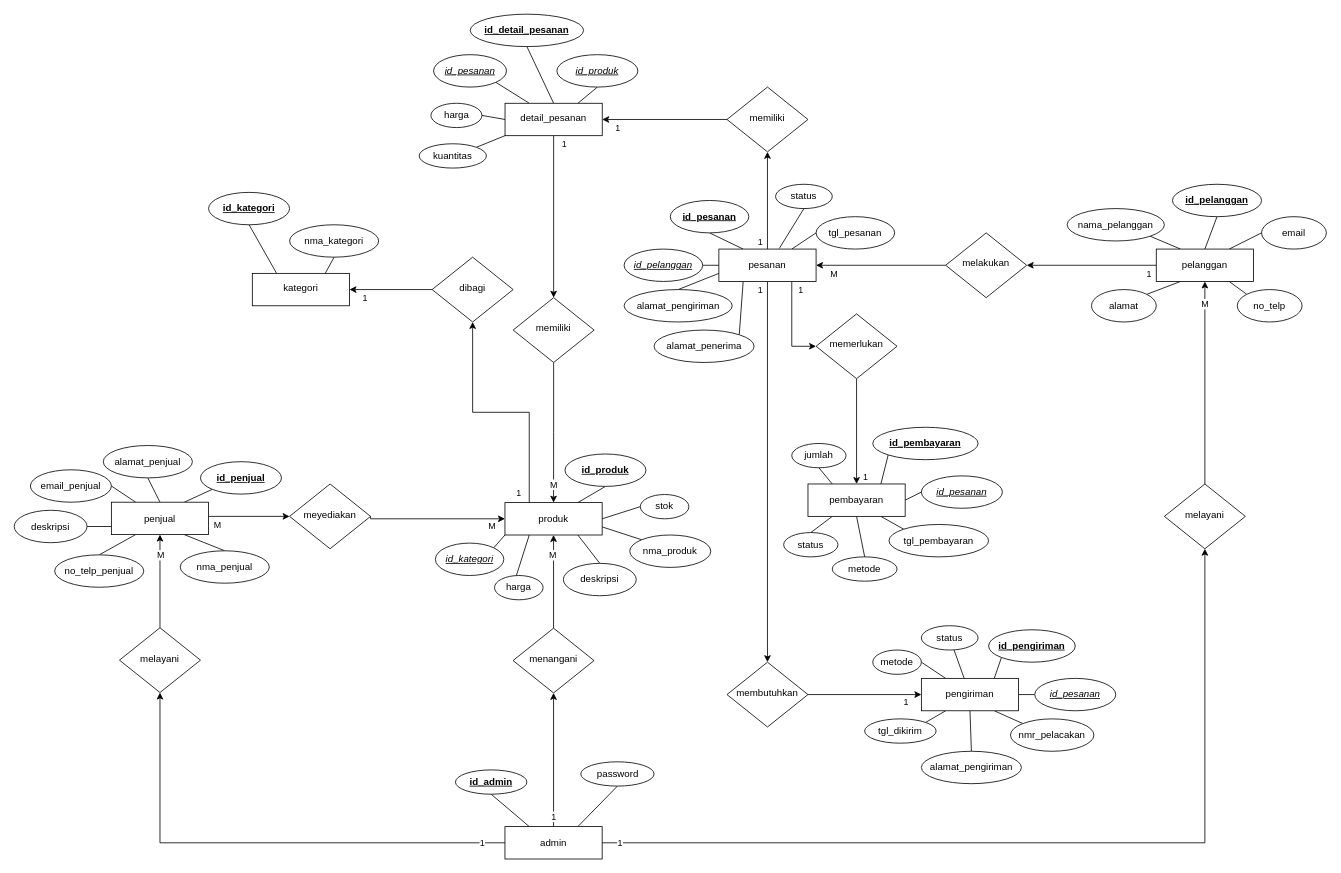
This is e-commerce_erd.drawio from vinnnna/sistem-basis-data, a draw.io file, before an edit. Source tidied: cells renumbered, new cells numbered last; positions are measured from the earlier drawing's top-left corner, leaving out a move shared by most shapes. Both pictures are drawn from the tidied source at 81%, with x=0, y=0 at pixel (14, 14).
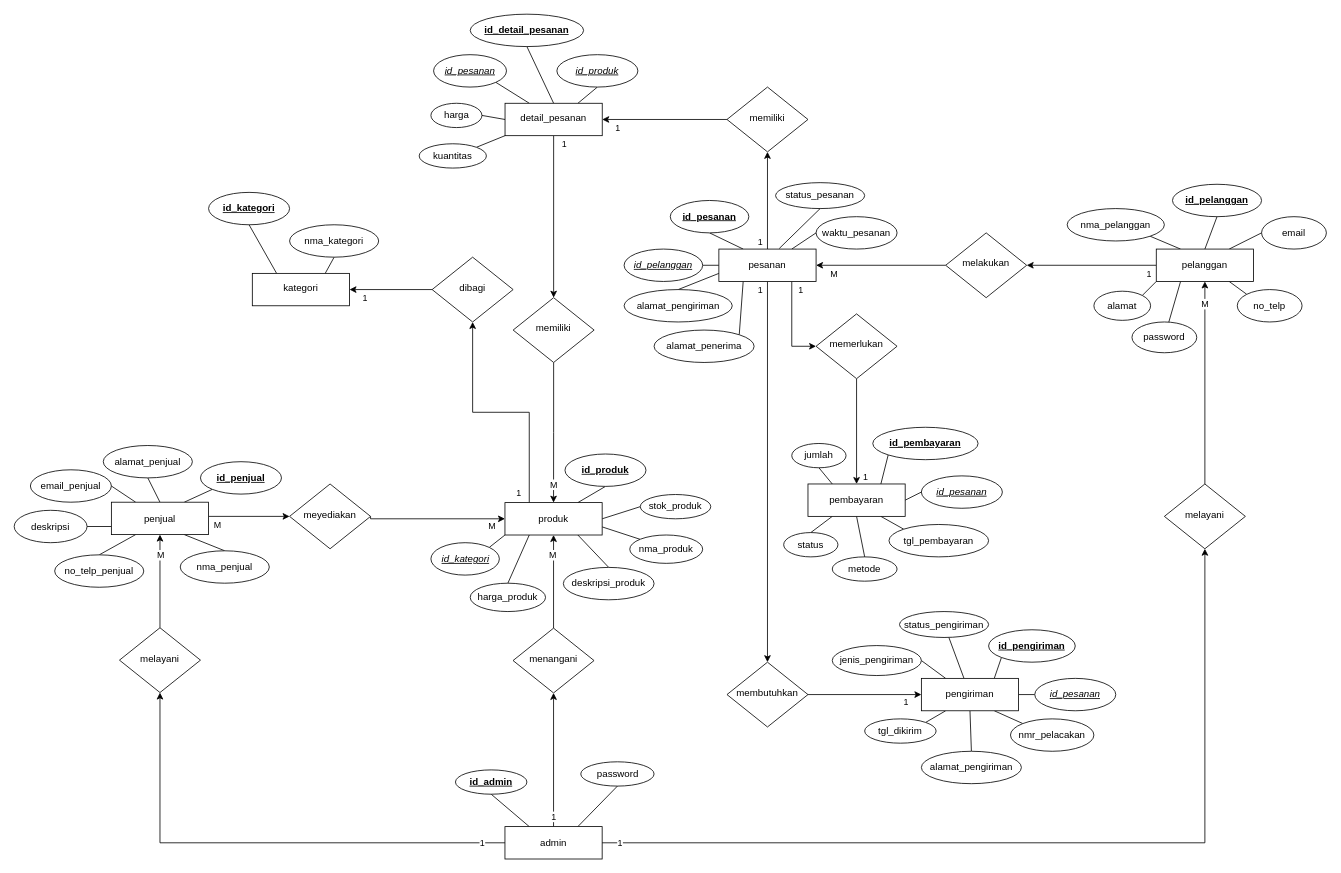
The same diagram, later.

The change refers to these unchanged cells:
```xml
<mxCell id="19" value="produk" style="rounded=1;whiteSpace=wrap;html=1;fontSize=12;glass=0;strokeWidth=1;shadow=0;arcSize=0;" parent="1" vertex="1">
  <mxGeometry x="605.9" y="603" width="120" height="40" as="geometry" />
</mxCell>
<mxCell id="60" value="pelanggan" style="rounded=1;whiteSpace=wrap;html=1;fontSize=12;glass=0;strokeWidth=1;shadow=0;arcSize=0;" parent="1" vertex="1">
  <mxGeometry x="1410" y="290" width="120" height="40" as="geometry" />
</mxCell>
```

Diff of the diagram source:
```diff
@@
-    <mxCell id="16" style="rounded=0;jettySize=auto;html=1;exitX=0.25;exitY=1;exitDx=0;exitDy=0;endArrow=none;endFill=0;" parent="1" edge="1" source="19">
-      <mxGeometry relative="1" as="geometry">
-        <mxPoint x="620" y="693" as="targetPoint" />
-      </mxGeometry>
+    <mxCell id="16" style="rounded=0;jettySize=auto;html=1;exitX=0.25;exitY=1;exitDx=0;exitDy=0;endArrow=none;endFill=0;entryX=0.5;entryY=0;entryDx=0;entryDy=0;" parent="1" edge="1" source="19" target="123">
+      <mxGeometry relative="1" as="geometry" />
     </mxCell>
@@
-    <mxCell id="59" style="rounded=0;jettySize=auto;html=1;exitX=0.25;exitY=1;exitDx=0;exitDy=0;entryX=1;entryY=0;entryDx=0;entryDy=0;endArrow=none;endFill=0;" parent="1" edge="1" source="60" target="108">
+    <mxCell id="59" style="rounded=0;jettySize=auto;html=1;exitX=0;exitY=1;exitDx=0;exitDy=0;entryX=1;entryY=0;entryDx=0;entryDy=0;endArrow=none;endFill=0;" parent="1" edge="1" source="60" target="108">
       <mxGeometry relative="1" as="geometry" />
     </mxCell>
+    <mxCell id="151" style="rounded=0;jettySize=auto;html=1;exitX=0.25;exitY=1;exitDx=0;exitDy=0;endArrow=none;endFill=0;" parent="1" edge="1" source="60" target="152">
+      <mxGeometry relative="1" as="geometry" />
+    </mxCell>
@@
-    <mxCell id="106" value="&lt;span style=&quot;font-weight: 400;&quot;&gt;nama_pelanggan&lt;/span&gt;" style="ellipse;whiteSpace=wrap;html=1;rounded=1;glass=0;strokeWidth=1;shadow=0;arcSize=0;fontStyle=1;" parent="1" vertex="1">
+    <mxCell id="106" value="&lt;span style=&quot;font-weight: 400;&quot;&gt;nma_pelanggan&lt;/span&gt;" style="ellipse;whiteSpace=wrap;html=1;rounded=1;glass=0;strokeWidth=1;shadow=0;arcSize=0;fontStyle=1;" parent="1" vertex="1">
       <mxGeometry x="1300" y="240" width="120" height="40" as="geometry" />
     </mxCell>
@@
     <mxCell id="108" value="&lt;span style=&quot;font-weight: 400;&quot;&gt;alamat&lt;/span&gt;" style="ellipse;whiteSpace=wrap;html=1;rounded=1;glass=0;strokeWidth=1;shadow=0;arcSize=0;fontStyle=1;" parent="1" vertex="1">
-      <mxGeometry x="1330" y="340" width="80" height="40" as="geometry" />
+      <mxGeometry x="1333" y="342" width="70" height="36" as="geometry" />
     </mxCell>
@@
-    <mxCell id="116" value="tgl_pesanan" style="ellipse;whiteSpace=wrap;html=1;" parent="1" vertex="1">
-      <mxGeometry x="990" y="250" width="97" height="40" as="geometry" />
+    <mxCell id="116" value="waktu_pesanan" style="ellipse;whiteSpace=wrap;html=1;" parent="1" vertex="1">
+      <mxGeometry x="990" y="250" width="100" height="40" as="geometry" />
     </mxCell>
@@
-    <mxCell id="118" value="status" style="ellipse;whiteSpace=wrap;html=1;" parent="1" vertex="1">
-      <mxGeometry x="940" y="210" width="70" height="30" as="geometry" />
+    <mxCell id="118" value="status_pesanan" style="ellipse;whiteSpace=wrap;html=1;" parent="1" vertex="1">
+      <mxGeometry x="940" y="208" width="110" height="32" as="geometry" />
     </mxCell>
@@
     <mxCell id="121" value="nma_produk" style="ellipse;whiteSpace=wrap;html=1;fontStyle=0;" parent="1" vertex="1">
-      <mxGeometry x="760" y="643" width="100" height="40" as="geometry" />
+      <mxGeometry x="760" y="643" width="90" height="35" as="geometry" />
     </mxCell>
-    <mxCell id="122" value="deskripsi" style="ellipse;whiteSpace=wrap;html=1;fontStyle=0;" parent="1" vertex="1">
-      <mxGeometry x="678" y="678" width="90" height="40" as="geometry" />
+    <mxCell id="122" value="deskripsi_produk" style="ellipse;whiteSpace=wrap;html=1;fontStyle=0;" parent="1" vertex="1">
+      <mxGeometry x="678" y="683" width="112" height="40" as="geometry" />
     </mxCell>
-    <mxCell id="123" value="harga" style="ellipse;whiteSpace=wrap;html=1;fontStyle=0;" parent="1" vertex="1">
-      <mxGeometry x="593" y="693" width="60" height="30" as="geometry" />
+    <mxCell id="123" value="harga_produk" style="ellipse;whiteSpace=wrap;html=1;fontStyle=0;" parent="1" vertex="1">
+      <mxGeometry x="563" y="702.5" width="93" height="35" as="geometry" />
     </mxCell>
-    <mxCell id="124" value="stok" style="ellipse;whiteSpace=wrap;html=1;fontStyle=0;" parent="1" vertex="1">
-      <mxGeometry x="773" y="593" width="60" height="30" as="geometry" />
+    <mxCell id="124" value="stok_produk" style="ellipse;whiteSpace=wrap;html=1;fontStyle=0;" parent="1" vertex="1">
+      <mxGeometry x="773" y="593" width="87" height="30" as="geometry" />
     </mxCell>
@@
     <mxCell id="127" value="id_kategori" style="ellipse;whiteSpace=wrap;html=1;fontStyle=6;" parent="1" vertex="1">
-      <mxGeometry x="520" y="653" width="84.5" height="40" as="geometry" />
+      <mxGeometry x="514.5" y="652.5" width="84.5" height="40" as="geometry" />
     </mxCell>
@@
-    <mxCell id="136" value="status" style="ellipse;whiteSpace=wrap;html=1;" parent="1" vertex="1">
-      <mxGeometry x="1120" y="755" width="70" height="30" as="geometry" />
+    <mxCell id="136" value="status_pengiriman" style="ellipse;whiteSpace=wrap;html=1;" parent="1" vertex="1">
+      <mxGeometry x="1093" y="737.5" width="110" height="32" as="geometry" />
     </mxCell>
@@
-    <mxCell id="139" value="metode" style="ellipse;whiteSpace=wrap;html=1;" parent="1" vertex="1">
-      <mxGeometry x="1060" y="785" width="60" height="30" as="geometry" />
+    <mxCell id="139" value="jenis_pengiriman" style="ellipse;whiteSpace=wrap;html=1;" parent="1" vertex="1">
+      <mxGeometry x="1010" y="779.5" width="110" height="37" as="geometry" />
     </mxCell>
@@
+    <mxCell id="152" value="&lt;span style=&quot;font-weight: 400;&quot;&gt;password&lt;/span&gt;" style="ellipse;whiteSpace=wrap;html=1;rounded=1;glass=0;strokeWidth=1;shadow=0;arcSize=0;fontStyle=1;" parent="1" vertex="1">
+      <mxGeometry x="1380" y="380" width="80" height="38" as="geometry" />
+    </mxCell>
```
